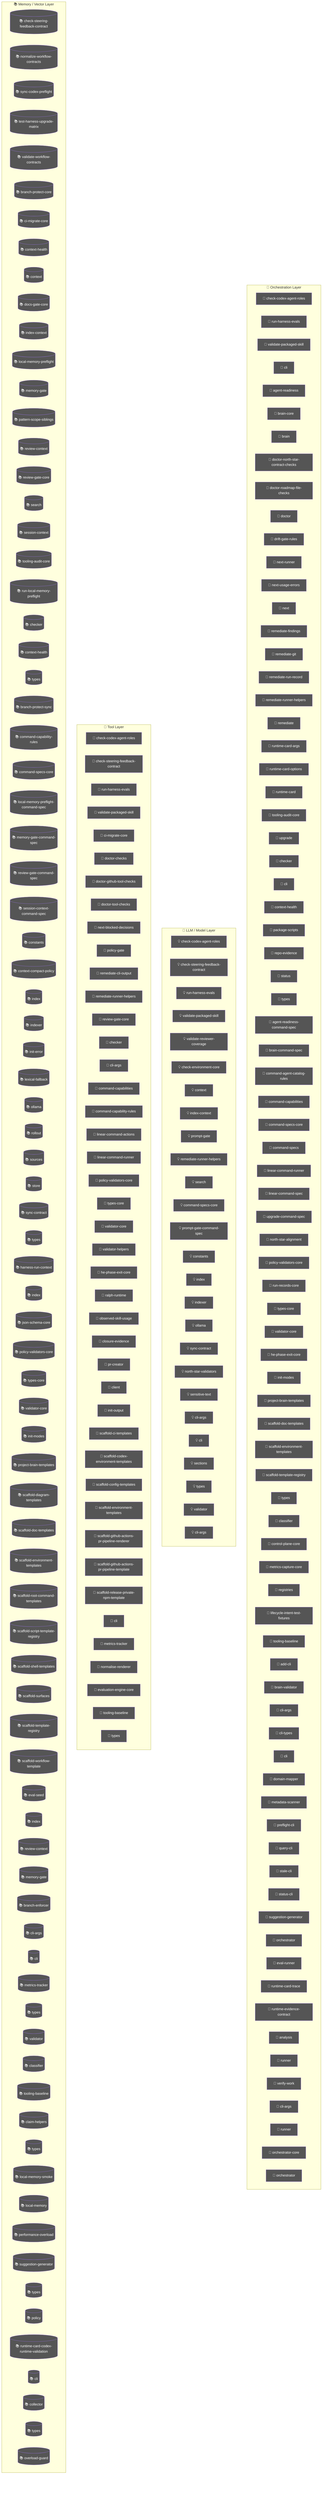
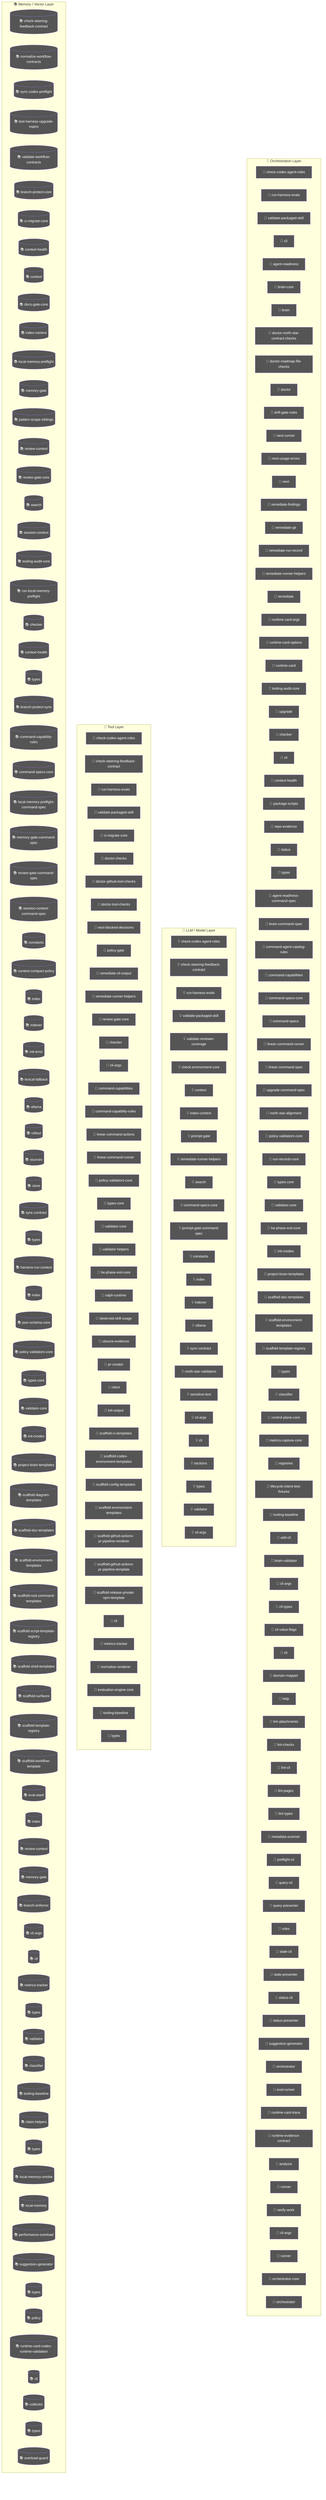
flowchart TD
  subgraph Orchestration["🎯 Orchestration Layer"]
    node_agent_mmd_orchestration_layer_orchestration_chec_7a9f0b64["🤖 check-codex-agent-roles"]
    node_agent_mmd_orchestration_layer_orchestration_run__18817957["🤖 run-harness-evals"]
    node_agent_mmd_orchestration_layer_orchestration_vali_c01b04be["🤖 validate-packaged-skill"]
    cli_99bb8840["🤖 cli"]
    agent_readiness_c82c68e6["🤖 agent-readiness"]
    brain_core_aa07c380["🤖 brain-core"]
    brain_bbbf7a64["🤖 brain"]
    doctor_north_star_contract_checks_0048124c["🤖 doctor-north-star-contract-checks"]
    doctor_roadmap_file_checks_14447b8e["🤖 doctor-roadmap-file-checks"]
    doctor_72f4be89["🤖 doctor"]
    drift_gate_rules_9685e72d["🤖 drift-gate-rules"]
    next_runner_41643472["🤖 next-runner"]
    next_usage_errors_837a345a["🤖 next-usage-errors"]
    next_c6c1c9a9["🤖 next"]
    remediate_findings_8b09c8c6["🤖 remediate-findings"]
    remediate_git_58c6f6f4["🤖 remediate-git"]
    remediate_run_record_9dfe5dc1["🤖 remediate-run-record"]
    node_agent_mmd_orchestration_layer_orchestration_reme_359fe98f["🤖 remediate-runner-helpers"]
    remediate_06b9c7fc["🤖 remediate"]
    runtime_card_args_2b3d4b28["🤖 runtime-card-args"]
    runtime_card_options_c9156ad5["🤖 runtime-card-options"]
    runtime_card_e06b53e1["🤖 runtime-card"]
    node_agent_mmd_orchestration_layer_orchestration_tool_acfe0c01["🤖 tooling-audit-core"]
    upgrade_7fef9479["🤖 upgrade"]
    node_agent_mmd_orchestration_layer_orchestration_chec_0550c395["🤖 checker"]
    cli_1_084e05fe["🤖 cli"]
    node_agent_mmd_orchestration_layer_orchestration_cont_61b3b9c9["🤖 context-health"]
    package_scripts_3ee6150f["🤖 package-scripts"]
    repo_evidence_38bb1de5["🤖 repo-evidence"]
    status_073c1634["🤖 status"]
    node_agent_mmd_orchestration_layer_orchestration_type_4f906dcc["🤖 types"]
    agent_readiness_command_spec_a30c2c1e["🤖 agent-readiness-command-spec"]
    brain_command_spec_15b122d5["🤖 brain-command-spec"]
    command_agent_catalog_rules_8e06b2af["🤖 command-agent-catalog-rules"]
    node_agent_mmd_orchestration_layer_orchestration_comm_6e41a7f7["🤖 command-capabilities"]
    node_agent_mmd_orchestration_layer_orchestration_comm_1f8cc24c["🤖 command-specs-core"]
    command_specs_69167c63["🤖 command-specs"]
    node_agent_mmd_orchestration_layer_orchestration_line_b67affd5["🤖 linear-command-runner"]
    linear_command_spec_1e12dd44["🤖 linear-command-spec"]
    upgrade_command_spec_03f6c7bd["🤖 upgrade-command-spec"]
    north_star_alignment_00440188["🤖 north-star-alignment"]
    node_agent_mmd_orchestration_layer_orchestration_poli_3270b55d["🤖 policy-validators-core"]
    run_records_core_89286dfa["🤖 run-records-core"]
    node_agent_mmd_orchestration_layer_orchestration_type_7cf81261["🤖 types-core"]
    node_agent_mmd_orchestration_layer_orchestration_vali_d9fe99e6["🤖 validator-core"]
    node_agent_mmd_orchestration_layer_orchestration_he_p_fc778c24["🤖 he-phase-exit-core"]
    node_agent_mmd_orchestration_layer_orchestration_init_2a9c3ecb["🤖 init-modes"]
    node_agent_mmd_orchestration_layer_orchestration_proj_6ab6f60f["🤖 project-brain-templates"]
    node_agent_mmd_orchestration_layer_orchestration_scaf_12cc07db["🤖 scaffold-doc-templates"]
    node_agent_mmd_orchestration_layer_orchestration_scaf_c9a90c2f["🤖 scaffold-environment-templates"]
    node_agent_mmd_orchestration_layer_orchestration_scaf_ff8f92f6["🤖 scaffold-template-registry"]
    types_13_d025517b["🤖 types"]
    node_agent_mmd_orchestration_layer_orchestration_clas_899b821a["🤖 classifier"]
    control_plane_core_db3b4cb2["🤖 control-plane-core"]
    metrics_capture_core_db4bf7cf["🤖 metrics-capture-core"]
    registries_06402afa["🤖 registries"]
    lifecycle_intent_test_fixtures_a53c7ada["🤖 lifecycle-intent-test-fixtures"]
    node_agent_mmd_orchestration_layer_orchestration_tool_cc43149f["🤖 tooling-baseline"]
    add_cli_7614de25["🤖 add-cli"]
    brain_validator_be251832["🤖 brain-validator"]
    cli_args_8_d546936e["🤖 cli-args"]
    cli_types_1686e858["🤖 cli-types"]
+     cli_value_flags_732a8e43["🤖 cli-value-flags"]
    cli_9_b54c1407["🤖 cli"]
    domain_mapper_cd9333d2["🤖 domain-mapper"]
+     help_106a5842["🤖 help"]
+     lint_attachments_873c0632["🤖 lint-attachments"]
+     lint_checks_83522b19["🤖 lint-checks"]
+     lint_cli_9ec62ec0["🤖 lint-cli"]
+     lint_pages_e33301d0["🤖 lint-pages"]
+     lint_types_2862c255["🤖 lint-types"]
    metadata_scanner_6a101b66["🤖 metadata-scanner"]
    preflight_cli_5d148379["🤖 preflight-cli"]
    query_cli_b95be64d["🤖 query-cli"]
+     query_presenter_02e6077c["🤖 query-presenter"]
+     rules_6c621d1a["🤖 rules"]
    stale_cli_64548720["🤖 stale-cli"]
+     stale_presenter_1de4e3a2["🤖 stale-presenter"]
    status_cli_4c24a0d6["🤖 status-cli"]
+     status_presenter_8de686c1["🤖 status-presenter"]
    node_agent_mmd_orchestration_layer_orchestration_sugg_85c5ebe3["🤖 suggestion-generator"]
    orchestrator_11376b7e["🤖 orchestrator"]
    eval_runner_0966a6b3["🤖 eval-runner"]
    runtime_card_trace_64a5ca95["🤖 runtime-card-trace"]
    runtime_evidence_contract_0f7b15b2["🤖 runtime-evidence-contract"]
    analysis_f44e85c4["🤖 analysis"]
    runner_527aa9f4["🤖 runner"]
    verify_work_1_cd8e7ec3["🤖 verify-work"]
    cli_args_14_3481043e["🤖 cli-args"]
    runner_1_6f281bf8["🤖 runner"]
    orchestrator_core_d0678b53["🤖 orchestrator-core"]
    orchestrator_1_6b7137c5["🤖 orchestrator"]
  end
  subgraph LLMLayer["🧠 LLM / Model Layer"]
    node_agent_mmd_llm_model_layer_llmlayer_check_codex_a_29e7b7fa["💡 check-codex-agent-roles"]
    node_agent_mmd_llm_model_layer_llmlayer_check_steerin_a7dbbd2f["💡 check-steering-feedback-contract"]
    node_agent_mmd_llm_model_layer_llmlayer_run_harness_e_603fcfdc["💡 run-harness-evals"]
    node_agent_mmd_llm_model_layer_llmlayer_validate_pack_2a12e1f4["💡 validate-packaged-skill"]
    validate_reviewer_coverage_251efee3["💡 validate-reviewer-coverage"]
    check_environment_core_2c16213f["💡 check-environment-core"]
    node_agent_mmd_llm_model_layer_llmlayer_context_conte_ad2dfbd9["💡 context"]
    node_agent_mmd_llm_model_layer_llmlayer_index_context_1041bd11["💡 index-context"]
    prompt_gate_c5e9d207["💡 prompt-gate"]
    node_agent_mmd_llm_model_layer_llmlayer_remediate_run_9e3d4585["💡 remediate-runner-helpers"]
    node_agent_mmd_llm_model_layer_llmlayer_search_search_66b9a911["💡 search"]
    node_agent_mmd_llm_model_layer_llmlayer_command_specs_782af9fa["💡 command-specs-core"]
    prompt_gate_command_spec_9a941482["💡 prompt-gate-command-spec"]
    node_agent_mmd_llm_model_layer_llmlayer_constants_con_c9bd3f6c["💡 constants"]
    node_agent_mmd_llm_model_layer_llmlayer_index_index_1_02e160ff["💡 index"]
    node_agent_mmd_llm_model_layer_llmlayer_indexer_index_4f4deef5["💡 indexer"]
    node_agent_mmd_llm_model_layer_llmlayer_ollama_ollama_968b23fa["💡 ollama"]
    node_agent_mmd_llm_model_layer_llmlayer_sync_contract_9f3cc8c1["💡 sync-contract"]
    north_star_validators_cfc926ce["💡 north-star-validators"]
    sensitive_text_7c11f760["💡 sensitive-text"]
    cli_args_9_9c136878["💡 cli-args"]
    cli_10_35dc8cbd["💡 cli"]
    sections_4697ef32["💡 sections"]
    types_23_4352ee2e["💡 types"]
    validator_6_3688adbf["💡 validator"]
    cli_args_10_861cdd3f["💡 cli-args"]
  end
  subgraph ToolLayer["🔧 Tool Layer"]
    node_agent_mmd_tool_layer_toollayer_check_codex_agent_4b361d5a["🔧 check-codex-agent-roles"]
    node_agent_mmd_tool_layer_toollayer_check_steering_fe_84ed22c2["🔧 check-steering-feedback-contract"]
    node_agent_mmd_tool_layer_toollayer_run_harness_evals_e2ee24f1["🔧 run-harness-evals"]
    node_agent_mmd_tool_layer_toollayer_validate_packaged_2855c827["🔧 validate-packaged-skill"]
    node_agent_mmd_tool_layer_toollayer_ci_migrate_core_c_049f8460["🔧 ci-migrate-core"]
    doctor_checks_5a2eb2b9["🔧 doctor-checks"]
    doctor_github_tool_checks_a53b0382["🔧 doctor-github-tool-checks"]
    doctor_tool_checks_4acac51a["🔧 doctor-tool-checks"]
    next_blocked_decisions_4140ad2b["🔧 next-blocked-decisions"]
    policy_gate_213f7313["🔧 policy-gate"]
    remediate_cli_output_cc165396["🔧 remediate-cli-output"]
    node_agent_mmd_tool_layer_toollayer_remediate_runner__c003b871["🔧 remediate-runner-helpers"]
    node_agent_mmd_tool_layer_toollayer_review_gate_core__7704598b["🔧 review-gate-core"]
    node_agent_mmd_tool_layer_toollayer_checker_checker_2_453d593b["🔧 checker"]
    cli_args_1_6144b055["🔧 cli-args"]
    node_agent_mmd_tool_layer_toollayer_command_capabilit_7fe13db1["🔧 command-capabilities"]
    node_agent_mmd_tool_layer_toollayer_command_capabilit_e97a4615["🔧 command-capability-rules"]
    linear_command_actions_e430f4f4["🔧 linear-command-actions"]
    node_agent_mmd_tool_layer_toollayer_linear_command_ru_d6763748["🔧 linear-command-runner"]
    node_agent_mmd_tool_layer_toollayer_policy_validators_af136abf["🔧 policy-validators-core"]
    node_agent_mmd_tool_layer_toollayer_types_core_types__6c8319b6["🔧 types-core"]
    node_agent_mmd_tool_layer_toollayer_validator_core_va_6ef6131f["🔧 validator-core"]
    validator_helpers_7b927667["🔧 validator-helpers"]
    node_agent_mmd_tool_layer_toollayer_he_phase_exit_cor_af016160["🔧 he-phase-exit-core"]
    ralph_runtime_73d63c0e["🔧 ralph-runtime"]
    observed_skill_usage_ed7d5930["🔧 observed-skill-usage"]
    closure_evidence_aaa31467["🔧 closure-evidence"]
    pr_creator_dc6b1ea4["🔧 pr-creator"]
    client_948fe603["🔧 client"]
    init_output_360dce91["🔧 init-output"]
    scaffold_ci_templates_2afd6392["🔧 scaffold-ci-templates"]
    scaffold_codex_environment_templates_334fbbed["🔧 scaffold-codex-environment-templates"]
    scaffold_config_templates_4b80ce53["🔧 scaffold-config-templates"]
    node_agent_mmd_tool_layer_toollayer_scaffold_environm_c1afc013["🔧 scaffold-environment-templates"]
    scaffold_github_actions_pr_pipeline_renderer_1ee18de5["🔧 scaffold-github-actions-pr-pipeline-renderer"]
    scaffold_github_actions_pr_pipeline_template_e2b85f62["🔧 scaffold-github-actions-pr-pipeline-template"]
    scaffold_release_private_npm_template_075499f8["🔧 scaffold-release-private-npm-template"]
    node_agent_mmd_tool_layer_toollayer_cli_cli_2_1_32d9eeaf["🔧 cli"]
    node_agent_mmd_tool_layer_toollayer_metrics_tracker_m_4c9237d8["🔧 metrics-tracker"]
    normalise_renderer_85f2e563["🔧 normalise-renderer"]
    evaluation_engine_core_e054fe49["🔧 evaluation-engine-core"]
    node_agent_mmd_tool_layer_toollayer_tooling_baseline__61e66e9f["🔧 tooling-baseline"]
    types_32_bfe791ff["🔧 types"]
  end
  subgraph MemoryLayer["📚 Memory / Vector Layer"]
    node_agent_mmd_memory_vector_layer_memorylayer_check__d71f8993[("📚 check-steering-feedback-contract")]
    normalize_workflow_contracts_8701f1c8[("📚 normalize-workflow-contracts")]
    sync_codex_preflight_7e7a8dc2[("📚 sync-codex-preflight")]
    test_harness_upgrade_matrix_84113c4e[("📚 test-harness-upgrade-matrix")]
    validate_workflow_contracts_33dc063c[("📚 validate-workflow-contracts")]
    branch_protect_core_a8feb0fd[("📚 branch-protect-core")]
    node_agent_mmd_memory_vector_layer_memorylayer_ci_mig_0cd5b1a4[("📚 ci-migrate-core")]
    context_health_80bb7da9[("📚 context-health")]
    node_agent_mmd_memory_vector_layer_memorylayer_contex_78ceaaa9[("📚 context")]
    docs_gate_core_eb9b6c18[("📚 docs-gate-core")]
    node_agent_mmd_memory_vector_layer_memorylayer_index__6f3402d0[("📚 index-context")]
    local_memory_preflight_dcc36c42[("📚 local-memory-preflight")]
    memory_gate_a577a506[("📚 memory-gate")]
    pattern_scope_siblings_43abe000[("📚 pattern-scope-siblings")]
    review_context_ca6cf81d[("📚 review-context")]
    node_agent_mmd_memory_vector_layer_memorylayer_review_5bee9816[("📚 review-gate-core")]
    node_agent_mmd_memory_vector_layer_memorylayer_search_ac35cb7e[("📚 search")]
    session_context_e5ec72c0[("📚 session-context")]
    node_agent_mmd_memory_vector_layer_memorylayer_toolin_a1185b8f[("📚 tooling-audit-core")]
    run_local_memory_preflight_36e92808[("📚 run-local-memory-preflight")]
    node_agent_mmd_memory_vector_layer_memorylayer_checke_a583eb4f[("📚 checker")]
    node_agent_mmd_memory_vector_layer_memorylayer_contex_fe0865d6[("📚 context-health")]
    node_agent_mmd_memory_vector_layer_memorylayer_types__9ad640a0[("📚 types")]
    branch_protect_sync_570adb18[("📚 branch-protect-sync")]
    node_agent_mmd_memory_vector_layer_memorylayer_comman_c72a5d05[("📚 command-capability-rules")]
    node_agent_mmd_memory_vector_layer_memorylayer_comman_111eb454[("📚 command-specs-core")]
    local_memory_preflight_command_spec_9e23f3ce[("📚 local-memory-preflight-command-spec")]
    memory_gate_command_spec_dc9001a9[("📚 memory-gate-command-spec")]
    review_gate_command_spec_3187376a[("📚 review-gate-command-spec")]
    session_context_command_spec_973afbb1[("📚 session-context-command-spec")]
    node_agent_mmd_memory_vector_layer_memorylayer_consta_702d3f46[("📚 constants")]
    context_compact_policy_3dcaf95d[("📚 context-compact-policy")]
    node_agent_mmd_memory_vector_layer_memorylayer_index__752bc61e[("📚 index")]
    node_agent_mmd_memory_vector_layer_memorylayer_indexe_93e6d86f[("📚 indexer")]
    init_error_5c7dd49f[("📚 init-error")]
    lexical_fallback_723e2b3e[("📚 lexical-fallback")]
    node_agent_mmd_memory_vector_layer_memorylayer_ollama_6d51be16[("📚 ollama")]
    rollout_a4fa034c[("📚 rollout")]
    sources_878a52fc[("📚 sources")]
    store_824d80d7[("📚 store")]
    node_agent_mmd_memory_vector_layer_memorylayer_sync_c_e43418bc[("📚 sync-contract")]
    types_5_f869ec4b[("📚 types")]
    harness_run_context_ac7c77a9[("📚 harness-run-context")]
    index_1_faebc14e[("📚 index")]
    json_schema_core_96d7e328[("📚 json-schema-core")]
    node_agent_mmd_memory_vector_layer_memorylayer_policy_1944de42[("📚 policy-validators-core")]
    node_agent_mmd_memory_vector_layer_memorylayer_types__83f369fa[("📚 types-core")]
    node_agent_mmd_memory_vector_layer_memorylayer_valida_41034356[("📚 validator-core")]
    node_agent_mmd_memory_vector_layer_memorylayer_init_m_333d02c5[("📚 init-modes")]
    node_agent_mmd_memory_vector_layer_memorylayer_projec_3ae304d9[("📚 project-brain-templates")]
    scaffold_diagram_templates_dd88e83c[("📚 scaffold-diagram-templates")]
    node_agent_mmd_memory_vector_layer_memorylayer_scaffo_5fd73b94[("📚 scaffold-doc-templates")]
    node_agent_mmd_memory_vector_layer_memorylayer_scaffo_12b42341[("📚 scaffold-environment-templates")]
    scaffold_root_command_templates_404fed7f[("📚 scaffold-root-command-templates")]
    scaffold_script_template_registry_69312d4e[("📚 scaffold-script-template-registry")]
    scaffold_shell_templates_0ad0f915[("📚 scaffold-shell-templates")]
    scaffold_surfaces_12d6494e[("📚 scaffold-surfaces")]
    node_agent_mmd_memory_vector_layer_memorylayer_scaffo_a86eece1[("📚 scaffold-template-registry")]
    scaffold_workflow_template_92310587[("📚 scaffold-workflow-template")]
    eval_seed_5699fd3e[("📚 eval-seed")]
    index_6_fc9e91e2[("📚 index")]
    review_context_1_e3afed15[("📚 review-context")]
    memory_gate_1_265164ac[("📚 memory-gate")]
    branch_enforcer_acb749cd[("📚 branch-enforcer")]
    cli_args_5_09ea29f0[("📚 cli-args")]
    node_agent_mmd_memory_vector_layer_memorylayer_cli_cl_1f1f89ab[("📚 cli")]
    node_agent_mmd_memory_vector_layer_memorylayer_metric_12562178[("📚 metrics-tracker")]
    types_15_86775c96[("📚 types")]
    validator_4_5180cf23[("📚 validator")]
    node_agent_mmd_memory_vector_layer_memorylayer_classi_1ebbf5ff[("📚 classifier")]
    node_agent_mmd_memory_vector_layer_memorylayer_toolin_14f86b00[("📚 tooling-baseline")]
    claim_helpers_20dc8387[("📚 claim-helpers")]
    types_20_071a0112[("📚 types")]
    local_memory_smoke_1175abfc[("📚 local-memory-smoke")]
    local_memory_0db17ecc[("📚 local-memory")]
    performance_overload_c685bfcf[("📚 performance-overload")]
    node_agent_mmd_memory_vector_layer_memorylayer_sugges_267f408d[("📚 suggestion-generator")]
    types_27_4d134744[("📚 types")]
    policy_1_fc4198db[("📚 policy")]
    runtime_card_codex_runtime_validation_d8ce9934[("📚 runtime-card-codex-runtime-validation")]
    cli_11_338a8415[("📚 cli")]
    collector_0736fd5b[("📚 collector")]
    types_30_424b976c[("📚 types")]
    overload_guard_2748c559[("📚 overload-guard")]
  end
  classDef agentNode fill:#555,color:#fff
-   class node_agent_mmd_orchestration_layer_orchestration_chec_7a9f0b64,node_agent_mmd_llm_model_layer_llmlayer_check_codex_a_29e7b7fa,node_agent_mmd_tool_layer_toollayer_check_codex_agent_4b361d5a,node_agent_mmd_orchestration_layer_orchestration_run__18817957,node_agent_mmd_llm_model_layer_llmlayer_run_harness_e_603fcfdc,node_agent_mmd_tool_layer_toollayer_run_harness_evals_e2ee24f1,node_agent_mmd_orchestration_layer_orchestration_vali_c01b04be,node_agent_mmd_llm_model_layer_llmlayer_validate_pack_2a12e1f4,node_agent_mmd_tool_layer_toollayer_validate_packaged_2855c827,cli_99bb8840,agent_readiness_c82c68e6,brain_core_aa07c380,brain_bbbf7a64,doctor_north_star_contract_checks_0048124c,doctor_roadmap_file_checks_14447b8e,doctor_72f4be89,drift_gate_rules_9685e72d,next_runner_41643472,next_usage_errors_837a345a,next_c6c1c9a9,remediate_findings_8b09c8c6,remediate_git_58c6f6f4,remediate_run_record_9dfe5dc1,node_agent_mmd_orchestration_layer_orchestration_reme_359fe98f,node_agent_mmd_llm_model_layer_llmlayer_remediate_run_9e3d4585,node_agent_mmd_tool_layer_toollayer_remediate_runner__c003b871,remediate_06b9c7fc,runtime_card_args_2b3d4b28,runtime_card_options_c9156ad5,runtime_card_e06b53e1,node_agent_mmd_orchestration_layer_orchestration_tool_acfe0c01,node_agent_mmd_memory_vector_layer_memorylayer_toolin_a1185b8f,upgrade_7fef9479,node_agent_mmd_orchestration_layer_orchestration_chec_0550c395,node_agent_mmd_tool_layer_toollayer_checker_checker_2_453d593b,node_agent_mmd_memory_vector_layer_memorylayer_checke_a583eb4f,cli_1_084e05fe,node_agent_mmd_orchestration_layer_orchestration_cont_61b3b9c9,node_agent_mmd_memory_vector_layer_memorylayer_contex_fe0865d6,package_scripts_3ee6150f,repo_evidence_38bb1de5,status_073c1634,node_agent_mmd_orchestration_layer_orchestration_type_4f906dcc,node_agent_mmd_memory_vector_layer_memorylayer_types__9ad640a0,agent_readiness_command_spec_a30c2c1e,brain_command_spec_15b122d5,command_agent_catalog_rules_8e06b2af,node_agent_mmd_orchestration_layer_orchestration_comm_6e41a7f7,node_agent_mmd_tool_layer_toollayer_command_capabilit_7fe13db1,node_agent_mmd_orchestration_layer_orchestration_comm_1f8cc24c,node_agent_mmd_llm_model_layer_llmlayer_command_specs_782af9fa,node_agent_mmd_memory_vector_layer_memorylayer_comman_111eb454,command_specs_69167c63,node_agent_mmd_orchestration_layer_orchestration_line_b67affd5,node_agent_mmd_tool_layer_toollayer_linear_command_ru_d6763748,linear_command_spec_1e12dd44,upgrade_command_spec_03f6c7bd,north_star_alignment_00440188,node_agent_mmd_orchestration_layer_orchestration_poli_3270b55d,node_agent_mmd_tool_layer_toollayer_policy_validators_af136abf,node_agent_mmd_memory_vector_layer_memorylayer_policy_1944de42,run_records_core_89286dfa,node_agent_mmd_orchestration_layer_orchestration_type_7cf81261,node_agent_mmd_tool_layer_toollayer_types_core_types__6c8319b6,node_agent_mmd_memory_vector_layer_memorylayer_types__83f369fa,node_agent_mmd_orchestration_layer_orchestration_vali_d9fe99e6,node_agent_mmd_tool_layer_toollayer_validator_core_va_6ef6131f,node_agent_mmd_memory_vector_layer_memorylayer_valida_41034356,node_agent_mmd_orchestration_layer_orchestration_he_p_fc778c24,node_agent_mmd_tool_layer_toollayer_he_phase_exit_cor_af016160,node_agent_mmd_orchestration_layer_orchestration_init_2a9c3ecb,node_agent_mmd_memory_vector_layer_memorylayer_init_m_333d02c5,node_agent_mmd_orchestration_layer_orchestration_proj_6ab6f60f,node_agent_mmd_memory_vector_layer_memorylayer_projec_3ae304d9,node_agent_mmd_orchestration_layer_orchestration_scaf_12cc07db,node_agent_mmd_memory_vector_layer_memorylayer_scaffo_5fd73b94,node_agent_mmd_orchestration_layer_orchestration_scaf_c9a90c2f,node_agent_mmd_tool_layer_toollayer_scaffold_environm_c1afc013,node_agent_mmd_memory_vector_layer_memorylayer_scaffo_12b42341,node_agent_mmd_orchestration_layer_orchestration_scaf_ff8f92f6,node_agent_mmd_memory_vector_layer_memorylayer_scaffo_a86eece1,types_13_d025517b,node_agent_mmd_orchestration_layer_orchestration_clas_899b821a,node_agent_mmd_memory_vector_layer_memorylayer_classi_1ebbf5ff,control_plane_core_db3b4cb2,metrics_capture_core_db4bf7cf,registries_06402afa,lifecycle_intent_test_fixtures_a53c7ada,node_agent_mmd_orchestration_layer_orchestration_tool_cc43149f,node_agent_mmd_tool_layer_toollayer_tooling_baseline__61e66e9f,node_agent_mmd_memory_vector_layer_memorylayer_toolin_14f86b00,add_cli_7614de25,brain_validator_be251832,cli_args_8_d546936e,cli_types_1686e858,cli_9_b54c1407,domain_mapper_cd9333d2,metadata_scanner_6a101b66,preflight_cli_5d148379,query_cli_b95be64d,stale_cli_64548720,status_cli_4c24a0d6,node_agent_mmd_orchestration_layer_orchestration_sugg_85c5ebe3,node_agent_mmd_memory_vector_layer_memorylayer_sugges_267f408d,orchestrator_11376b7e,eval_runner_0966a6b3,runtime_card_trace_64a5ca95,runtime_evidence_contract_0f7b15b2,analysis_f44e85c4,runner_527aa9f4,verify_work_1_cd8e7ec3,cli_args_14_3481043e,runner_1_6f281bf8,orchestrator_core_d0678b53,orchestrator_1_6b7137c5 agentNode
+   class node_agent_mmd_orchestration_layer_orchestration_chec_7a9f0b64,node_agent_mmd_llm_model_layer_llmlayer_check_codex_a_29e7b7fa,node_agent_mmd_tool_layer_toollayer_check_codex_agent_4b361d5a,node_agent_mmd_orchestration_layer_orchestration_run__18817957,node_agent_mmd_llm_model_layer_llmlayer_run_harness_e_603fcfdc,node_agent_mmd_tool_layer_toollayer_run_harness_evals_e2ee24f1,node_agent_mmd_orchestration_layer_orchestration_vali_c01b04be,node_agent_mmd_llm_model_layer_llmlayer_validate_pack_2a12e1f4,node_agent_mmd_tool_layer_toollayer_validate_packaged_2855c827,cli_99bb8840,agent_readiness_c82c68e6,brain_core_aa07c380,brain_bbbf7a64,doctor_north_star_contract_checks_0048124c,doctor_roadmap_file_checks_14447b8e,doctor_72f4be89,drift_gate_rules_9685e72d,next_runner_41643472,next_usage_errors_837a345a,next_c6c1c9a9,remediate_findings_8b09c8c6,remediate_git_58c6f6f4,remediate_run_record_9dfe5dc1,node_agent_mmd_orchestration_layer_orchestration_reme_359fe98f,node_agent_mmd_llm_model_layer_llmlayer_remediate_run_9e3d4585,node_agent_mmd_tool_layer_toollayer_remediate_runner__c003b871,remediate_06b9c7fc,runtime_card_args_2b3d4b28,runtime_card_options_c9156ad5,runtime_card_e06b53e1,node_agent_mmd_orchestration_layer_orchestration_tool_acfe0c01,node_agent_mmd_memory_vector_layer_memorylayer_toolin_a1185b8f,upgrade_7fef9479,node_agent_mmd_orchestration_layer_orchestration_chec_0550c395,node_agent_mmd_tool_layer_toollayer_checker_checker_2_453d593b,node_agent_mmd_memory_vector_layer_memorylayer_checke_a583eb4f,cli_1_084e05fe,node_agent_mmd_orchestration_layer_orchestration_cont_61b3b9c9,node_agent_mmd_memory_vector_layer_memorylayer_contex_fe0865d6,package_scripts_3ee6150f,repo_evidence_38bb1de5,status_073c1634,node_agent_mmd_orchestration_layer_orchestration_type_4f906dcc,node_agent_mmd_memory_vector_layer_memorylayer_types__9ad640a0,agent_readiness_command_spec_a30c2c1e,brain_command_spec_15b122d5,command_agent_catalog_rules_8e06b2af,node_agent_mmd_orchestration_layer_orchestration_comm_6e41a7f7,node_agent_mmd_tool_layer_toollayer_command_capabilit_7fe13db1,node_agent_mmd_orchestration_layer_orchestration_comm_1f8cc24c,node_agent_mmd_llm_model_layer_llmlayer_command_specs_782af9fa,node_agent_mmd_memory_vector_layer_memorylayer_comman_111eb454,command_specs_69167c63,node_agent_mmd_orchestration_layer_orchestration_line_b67affd5,node_agent_mmd_tool_layer_toollayer_linear_command_ru_d6763748,linear_command_spec_1e12dd44,upgrade_command_spec_03f6c7bd,north_star_alignment_00440188,node_agent_mmd_orchestration_layer_orchestration_poli_3270b55d,node_agent_mmd_tool_layer_toollayer_policy_validators_af136abf,node_agent_mmd_memory_vector_layer_memorylayer_policy_1944de42,run_records_core_89286dfa,node_agent_mmd_orchestration_layer_orchestration_type_7cf81261,node_agent_mmd_tool_layer_toollayer_types_core_types__6c8319b6,node_agent_mmd_memory_vector_layer_memorylayer_types__83f369fa,node_agent_mmd_orchestration_layer_orchestration_vali_d9fe99e6,node_agent_mmd_tool_layer_toollayer_validator_core_va_6ef6131f,node_agent_mmd_memory_vector_layer_memorylayer_valida_41034356,node_agent_mmd_orchestration_layer_orchestration_he_p_fc778c24,node_agent_mmd_tool_layer_toollayer_he_phase_exit_cor_af016160,node_agent_mmd_orchestration_layer_orchestration_init_2a9c3ecb,node_agent_mmd_memory_vector_layer_memorylayer_init_m_333d02c5,node_agent_mmd_orchestration_layer_orchestration_proj_6ab6f60f,node_agent_mmd_memory_vector_layer_memorylayer_projec_3ae304d9,node_agent_mmd_orchestration_layer_orchestration_scaf_12cc07db,node_agent_mmd_memory_vector_layer_memorylayer_scaffo_5fd73b94,node_agent_mmd_orchestration_layer_orchestration_scaf_c9a90c2f,node_agent_mmd_tool_layer_toollayer_scaffold_environm_c1afc013,node_agent_mmd_memory_vector_layer_memorylayer_scaffo_12b42341,node_agent_mmd_orchestration_layer_orchestration_scaf_ff8f92f6,node_agent_mmd_memory_vector_layer_memorylayer_scaffo_a86eece1,types_13_d025517b,node_agent_mmd_orchestration_layer_orchestration_clas_899b821a,node_agent_mmd_memory_vector_layer_memorylayer_classi_1ebbf5ff,control_plane_core_db3b4cb2,metrics_capture_core_db4bf7cf,registries_06402afa,lifecycle_intent_test_fixtures_a53c7ada,node_agent_mmd_orchestration_layer_orchestration_tool_cc43149f,node_agent_mmd_tool_layer_toollayer_tooling_baseline__61e66e9f,node_agent_mmd_memory_vector_layer_memorylayer_toolin_14f86b00,add_cli_7614de25,brain_validator_be251832,cli_args_8_d546936e,cli_types_1686e858,cli_value_flags_732a8e43,cli_9_b54c1407,domain_mapper_cd9333d2,help_106a5842,lint_attachments_873c0632,lint_checks_83522b19,lint_cli_9ec62ec0,lint_pages_e33301d0,lint_types_2862c255,metadata_scanner_6a101b66,preflight_cli_5d148379,query_cli_b95be64d,query_presenter_02e6077c,rules_6c621d1a,stale_cli_64548720,stale_presenter_1de4e3a2,status_cli_4c24a0d6,status_presenter_8de686c1,node_agent_mmd_orchestration_layer_orchestration_sugg_85c5ebe3,node_agent_mmd_memory_vector_layer_memorylayer_sugges_267f408d,orchestrator_11376b7e,eval_runner_0966a6b3,runtime_card_trace_64a5ca95,runtime_evidence_contract_0f7b15b2,analysis_f44e85c4,runner_527aa9f4,verify_work_1_cd8e7ec3,cli_args_14_3481043e,runner_1_6f281bf8,orchestrator_core_d0678b53,orchestrator_1_6b7137c5 agentNode
  classDef llmNode fill:#555,color:#fff
  class node_agent_mmd_orchestration_layer_orchestration_chec_7a9f0b64,node_agent_mmd_llm_model_layer_llmlayer_check_codex_a_29e7b7fa,node_agent_mmd_tool_layer_toollayer_check_codex_agent_4b361d5a,node_agent_mmd_llm_model_layer_llmlayer_check_steerin_a7dbbd2f,node_agent_mmd_tool_layer_toollayer_check_steering_fe_84ed22c2,node_agent_mmd_memory_vector_layer_memorylayer_check__d71f8993,node_agent_mmd_orchestration_layer_orchestration_run__18817957,node_agent_mmd_llm_model_layer_llmlayer_run_harness_e_603fcfdc,node_agent_mmd_tool_layer_toollayer_run_harness_evals_e2ee24f1,node_agent_mmd_orchestration_layer_orchestration_vali_c01b04be,node_agent_mmd_llm_model_layer_llmlayer_validate_pack_2a12e1f4,node_agent_mmd_tool_layer_toollayer_validate_packaged_2855c827,validate_reviewer_coverage_251efee3,check_environment_core_2c16213f,node_agent_mmd_llm_model_layer_llmlayer_context_conte_ad2dfbd9,node_agent_mmd_memory_vector_layer_memorylayer_contex_78ceaaa9,node_agent_mmd_llm_model_layer_llmlayer_index_context_1041bd11,node_agent_mmd_memory_vector_layer_memorylayer_index__6f3402d0,prompt_gate_c5e9d207,node_agent_mmd_orchestration_layer_orchestration_reme_359fe98f,node_agent_mmd_llm_model_layer_llmlayer_remediate_run_9e3d4585,node_agent_mmd_tool_layer_toollayer_remediate_runner__c003b871,node_agent_mmd_llm_model_layer_llmlayer_search_search_66b9a911,node_agent_mmd_memory_vector_layer_memorylayer_search_ac35cb7e,node_agent_mmd_orchestration_layer_orchestration_comm_1f8cc24c,node_agent_mmd_llm_model_layer_llmlayer_command_specs_782af9fa,node_agent_mmd_memory_vector_layer_memorylayer_comman_111eb454,prompt_gate_command_spec_9a941482,node_agent_mmd_llm_model_layer_llmlayer_constants_con_c9bd3f6c,node_agent_mmd_memory_vector_layer_memorylayer_consta_702d3f46,node_agent_mmd_llm_model_layer_llmlayer_index_index_1_02e160ff,node_agent_mmd_memory_vector_layer_memorylayer_index__752bc61e,node_agent_mmd_llm_model_layer_llmlayer_indexer_index_4f4deef5,node_agent_mmd_memory_vector_layer_memorylayer_indexe_93e6d86f,node_agent_mmd_llm_model_layer_llmlayer_ollama_ollama_968b23fa,node_agent_mmd_memory_vector_layer_memorylayer_ollama_6d51be16,node_agent_mmd_llm_model_layer_llmlayer_sync_contract_9f3cc8c1,node_agent_mmd_memory_vector_layer_memorylayer_sync_c_e43418bc,north_star_validators_cfc926ce,sensitive_text_7c11f760,cli_args_9_9c136878,cli_10_35dc8cbd,sections_4697ef32,types_23_4352ee2e,validator_6_3688adbf,cli_args_10_861cdd3f llmNode
  classDef toolNode fill:#555,color:#fff
  class node_agent_mmd_orchestration_layer_orchestration_chec_7a9f0b64,node_agent_mmd_llm_model_layer_llmlayer_check_codex_a_29e7b7fa,node_agent_mmd_tool_layer_toollayer_check_codex_agent_4b361d5a,node_agent_mmd_llm_model_layer_llmlayer_check_steerin_a7dbbd2f,node_agent_mmd_tool_layer_toollayer_check_steering_fe_84ed22c2,node_agent_mmd_memory_vector_layer_memorylayer_check__d71f8993,node_agent_mmd_orchestration_layer_orchestration_run__18817957,node_agent_mmd_llm_model_layer_llmlayer_run_harness_e_603fcfdc,node_agent_mmd_tool_layer_toollayer_run_harness_evals_e2ee24f1,node_agent_mmd_orchestration_layer_orchestration_vali_c01b04be,node_agent_mmd_llm_model_layer_llmlayer_validate_pack_2a12e1f4,node_agent_mmd_tool_layer_toollayer_validate_packaged_2855c827,node_agent_mmd_tool_layer_toollayer_ci_migrate_core_c_049f8460,node_agent_mmd_memory_vector_layer_memorylayer_ci_mig_0cd5b1a4,doctor_checks_5a2eb2b9,doctor_github_tool_checks_a53b0382,doctor_tool_checks_4acac51a,next_blocked_decisions_4140ad2b,policy_gate_213f7313,remediate_cli_output_cc165396,node_agent_mmd_orchestration_layer_orchestration_reme_359fe98f,node_agent_mmd_llm_model_layer_llmlayer_remediate_run_9e3d4585,node_agent_mmd_tool_layer_toollayer_remediate_runner__c003b871,node_agent_mmd_tool_layer_toollayer_review_gate_core__7704598b,node_agent_mmd_memory_vector_layer_memorylayer_review_5bee9816,node_agent_mmd_orchestration_layer_orchestration_chec_0550c395,node_agent_mmd_tool_layer_toollayer_checker_checker_2_453d593b,node_agent_mmd_memory_vector_layer_memorylayer_checke_a583eb4f,cli_args_1_6144b055,node_agent_mmd_orchestration_layer_orchestration_comm_6e41a7f7,node_agent_mmd_tool_layer_toollayer_command_capabilit_7fe13db1,node_agent_mmd_tool_layer_toollayer_command_capabilit_e97a4615,node_agent_mmd_memory_vector_layer_memorylayer_comman_c72a5d05,linear_command_actions_e430f4f4,node_agent_mmd_orchestration_layer_orchestration_line_b67affd5,node_agent_mmd_tool_layer_toollayer_linear_command_ru_d6763748,node_agent_mmd_orchestration_layer_orchestration_poli_3270b55d,node_agent_mmd_tool_layer_toollayer_policy_validators_af136abf,node_agent_mmd_memory_vector_layer_memorylayer_policy_1944de42,node_agent_mmd_orchestration_layer_orchestration_type_7cf81261,node_agent_mmd_tool_layer_toollayer_types_core_types__6c8319b6,node_agent_mmd_memory_vector_layer_memorylayer_types__83f369fa,node_agent_mmd_orchestration_layer_orchestration_vali_d9fe99e6,node_agent_mmd_tool_layer_toollayer_validator_core_va_6ef6131f,node_agent_mmd_memory_vector_layer_memorylayer_valida_41034356,validator_helpers_7b927667,node_agent_mmd_orchestration_layer_orchestration_he_p_fc778c24,node_agent_mmd_tool_layer_toollayer_he_phase_exit_cor_af016160,ralph_runtime_73d63c0e,observed_skill_usage_ed7d5930,closure_evidence_aaa31467,pr_creator_dc6b1ea4,client_948fe603,init_output_360dce91,scaffold_ci_templates_2afd6392,scaffold_codex_environment_templates_334fbbed,scaffold_config_templates_4b80ce53,node_agent_mmd_orchestration_layer_orchestration_scaf_c9a90c2f,node_agent_mmd_tool_layer_toollayer_scaffold_environm_c1afc013,node_agent_mmd_memory_vector_layer_memorylayer_scaffo_12b42341,scaffold_github_actions_pr_pipeline_renderer_1ee18de5,scaffold_github_actions_pr_pipeline_template_e2b85f62,scaffold_release_private_npm_template_075499f8,node_agent_mmd_tool_layer_toollayer_cli_cli_2_1_32d9eeaf,node_agent_mmd_memory_vector_layer_memorylayer_cli_cl_1f1f89ab,node_agent_mmd_tool_layer_toollayer_metrics_tracker_m_4c9237d8,node_agent_mmd_memory_vector_layer_memorylayer_metric_12562178,normalise_renderer_85f2e563,evaluation_engine_core_e054fe49,node_agent_mmd_orchestration_layer_orchestration_tool_cc43149f,node_agent_mmd_tool_layer_toollayer_tooling_baseline__61e66e9f,node_agent_mmd_memory_vector_layer_memorylayer_toolin_14f86b00,types_32_bfe791ff toolNode
  classDef memNode fill:#555,color:#fff
  class node_agent_mmd_llm_model_layer_llmlayer_check_steerin_a7dbbd2f,node_agent_mmd_tool_layer_toollayer_check_steering_fe_84ed22c2,node_agent_mmd_memory_vector_layer_memorylayer_check__d71f8993,normalize_workflow_contracts_8701f1c8,sync_codex_preflight_7e7a8dc2,test_harness_upgrade_matrix_84113c4e,validate_workflow_contracts_33dc063c,branch_protect_core_a8feb0fd,node_agent_mmd_tool_layer_toollayer_ci_migrate_core_c_049f8460,node_agent_mmd_memory_vector_layer_memorylayer_ci_mig_0cd5b1a4,context_health_80bb7da9,node_agent_mmd_llm_model_layer_llmlayer_context_conte_ad2dfbd9,node_agent_mmd_memory_vector_layer_memorylayer_contex_78ceaaa9,docs_gate_core_eb9b6c18,node_agent_mmd_llm_model_layer_llmlayer_index_context_1041bd11,node_agent_mmd_memory_vector_layer_memorylayer_index__6f3402d0,local_memory_preflight_dcc36c42,memory_gate_a577a506,pattern_scope_siblings_43abe000,review_context_ca6cf81d,node_agent_mmd_tool_layer_toollayer_review_gate_core__7704598b,node_agent_mmd_memory_vector_layer_memorylayer_review_5bee9816,node_agent_mmd_llm_model_layer_llmlayer_search_search_66b9a911,node_agent_mmd_memory_vector_layer_memorylayer_search_ac35cb7e,session_context_e5ec72c0,node_agent_mmd_orchestration_layer_orchestration_tool_acfe0c01,node_agent_mmd_memory_vector_layer_memorylayer_toolin_a1185b8f,run_local_memory_preflight_36e92808,node_agent_mmd_orchestration_layer_orchestration_chec_0550c395,node_agent_mmd_tool_layer_toollayer_checker_checker_2_453d593b,node_agent_mmd_memory_vector_layer_memorylayer_checke_a583eb4f,node_agent_mmd_orchestration_layer_orchestration_cont_61b3b9c9,node_agent_mmd_memory_vector_layer_memorylayer_contex_fe0865d6,node_agent_mmd_orchestration_layer_orchestration_type_4f906dcc,node_agent_mmd_memory_vector_layer_memorylayer_types__9ad640a0,branch_protect_sync_570adb18,node_agent_mmd_tool_layer_toollayer_command_capabilit_e97a4615,node_agent_mmd_memory_vector_layer_memorylayer_comman_c72a5d05,node_agent_mmd_orchestration_layer_orchestration_comm_1f8cc24c,node_agent_mmd_llm_model_layer_llmlayer_command_specs_782af9fa,node_agent_mmd_memory_vector_layer_memorylayer_comman_111eb454,local_memory_preflight_command_spec_9e23f3ce,memory_gate_command_spec_dc9001a9,review_gate_command_spec_3187376a,session_context_command_spec_973afbb1,node_agent_mmd_llm_model_layer_llmlayer_constants_con_c9bd3f6c,node_agent_mmd_memory_vector_layer_memorylayer_consta_702d3f46,context_compact_policy_3dcaf95d,node_agent_mmd_llm_model_layer_llmlayer_index_index_1_02e160ff,node_agent_mmd_memory_vector_layer_memorylayer_index__752bc61e,node_agent_mmd_llm_model_layer_llmlayer_indexer_index_4f4deef5,node_agent_mmd_memory_vector_layer_memorylayer_indexe_93e6d86f,init_error_5c7dd49f,lexical_fallback_723e2b3e,node_agent_mmd_llm_model_layer_llmlayer_ollama_ollama_968b23fa,node_agent_mmd_memory_vector_layer_memorylayer_ollama_6d51be16,rollout_a4fa034c,sources_878a52fc,store_824d80d7,node_agent_mmd_llm_model_layer_llmlayer_sync_contract_9f3cc8c1,node_agent_mmd_memory_vector_layer_memorylayer_sync_c_e43418bc,types_5_f869ec4b,harness_run_context_ac7c77a9,index_1_faebc14e,json_schema_core_96d7e328,node_agent_mmd_orchestration_layer_orchestration_poli_3270b55d,node_agent_mmd_tool_layer_toollayer_policy_validators_af136abf,node_agent_mmd_memory_vector_layer_memorylayer_policy_1944de42,node_agent_mmd_orchestration_layer_orchestration_type_7cf81261,node_agent_mmd_tool_layer_toollayer_types_core_types__6c8319b6,node_agent_mmd_memory_vector_layer_memorylayer_types__83f369fa,node_agent_mmd_orchestration_layer_orchestration_vali_d9fe99e6,node_agent_mmd_tool_layer_toollayer_validator_core_va_6ef6131f,node_agent_mmd_memory_vector_layer_memorylayer_valida_41034356,node_agent_mmd_orchestration_layer_orchestration_init_2a9c3ecb,node_agent_mmd_memory_vector_layer_memorylayer_init_m_333d02c5,node_agent_mmd_orchestration_layer_orchestration_proj_6ab6f60f,node_agent_mmd_memory_vector_layer_memorylayer_projec_3ae304d9,scaffold_diagram_templates_dd88e83c,node_agent_mmd_orchestration_layer_orchestration_scaf_12cc07db,node_agent_mmd_memory_vector_layer_memorylayer_scaffo_5fd73b94,node_agent_mmd_orchestration_layer_orchestration_scaf_c9a90c2f,node_agent_mmd_tool_layer_toollayer_scaffold_environm_c1afc013,node_agent_mmd_memory_vector_layer_memorylayer_scaffo_12b42341,scaffold_root_command_templates_404fed7f,scaffold_script_template_registry_69312d4e,scaffold_shell_templates_0ad0f915,scaffold_surfaces_12d6494e,node_agent_mmd_orchestration_layer_orchestration_scaf_ff8f92f6,node_agent_mmd_memory_vector_layer_memorylayer_scaffo_a86eece1,scaffold_workflow_template_92310587,eval_seed_5699fd3e,index_6_fc9e91e2,review_context_1_e3afed15,memory_gate_1_265164ac,branch_enforcer_acb749cd,cli_args_5_09ea29f0,node_agent_mmd_tool_layer_toollayer_cli_cli_2_1_32d9eeaf,node_agent_mmd_memory_vector_layer_memorylayer_cli_cl_1f1f89ab,node_agent_mmd_tool_layer_toollayer_metrics_tracker_m_4c9237d8,node_agent_mmd_memory_vector_layer_memorylayer_metric_12562178,types_15_86775c96,validator_4_5180cf23,node_agent_mmd_orchestration_layer_orchestration_clas_899b821a,node_agent_mmd_memory_vector_layer_memorylayer_classi_1ebbf5ff,node_agent_mmd_orchestration_layer_orchestration_tool_cc43149f,node_agent_mmd_tool_layer_toollayer_tooling_baseline__61e66e9f,node_agent_mmd_memory_vector_layer_memorylayer_toolin_14f86b00,claim_helpers_20dc8387,types_20_071a0112,local_memory_smoke_1175abfc,local_memory_0db17ecc,performance_overload_c685bfcf,node_agent_mmd_orchestration_layer_orchestration_sugg_85c5ebe3,node_agent_mmd_memory_vector_layer_memorylayer_sugges_267f408d,types_27_4d134744,policy_1_fc4198db,runtime_card_codex_runtime_validation_d8ce9934,cli_11_338a8415,collector_0736fd5b,types_30_424b976c,overload_guard_2748c559 memNode
